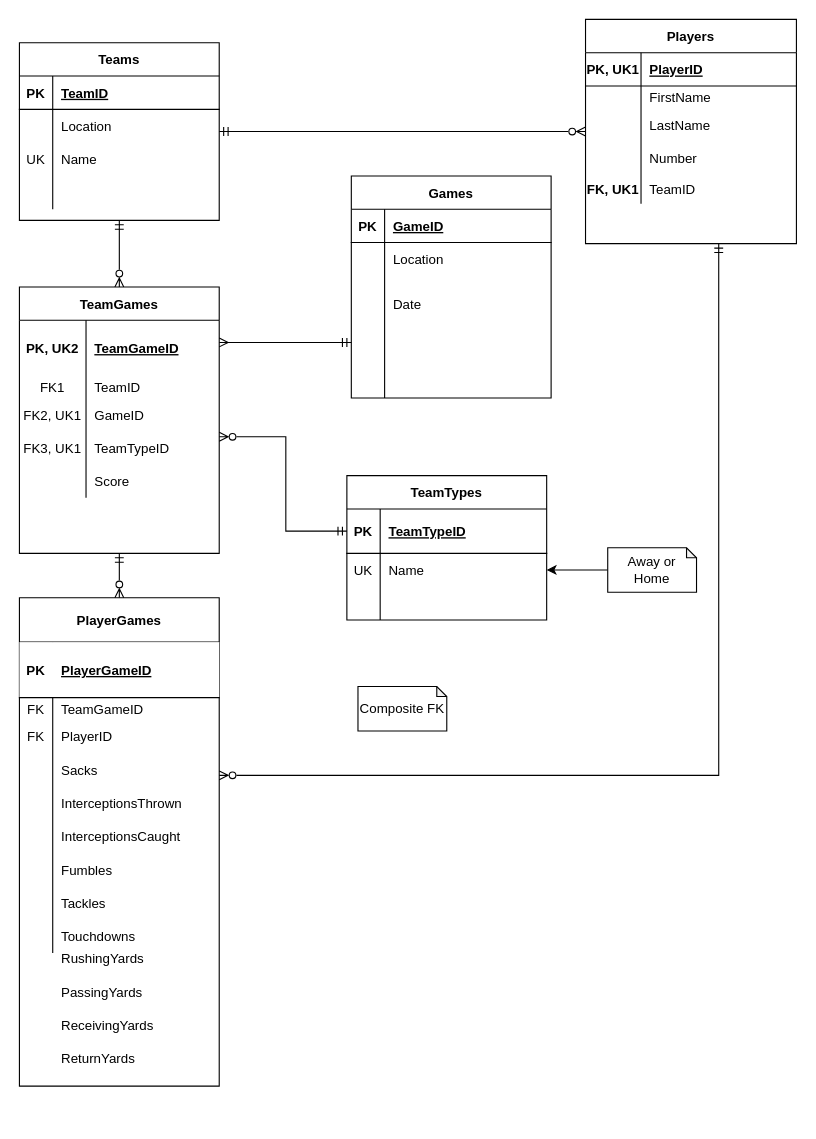
isaacPetersonKSU/560GroupProject keeps this draw.io diagram as Revison.drawio. Above is the earlier version. Source tidied: cells renumbered, new cells numbered last; positions are measured from the earlier drawing's top-left corner, leaving out a move shared by most shapes. Both pictures are drawn from the tidied source at 111%, with x=0, y=0 at pixel (19, 19).
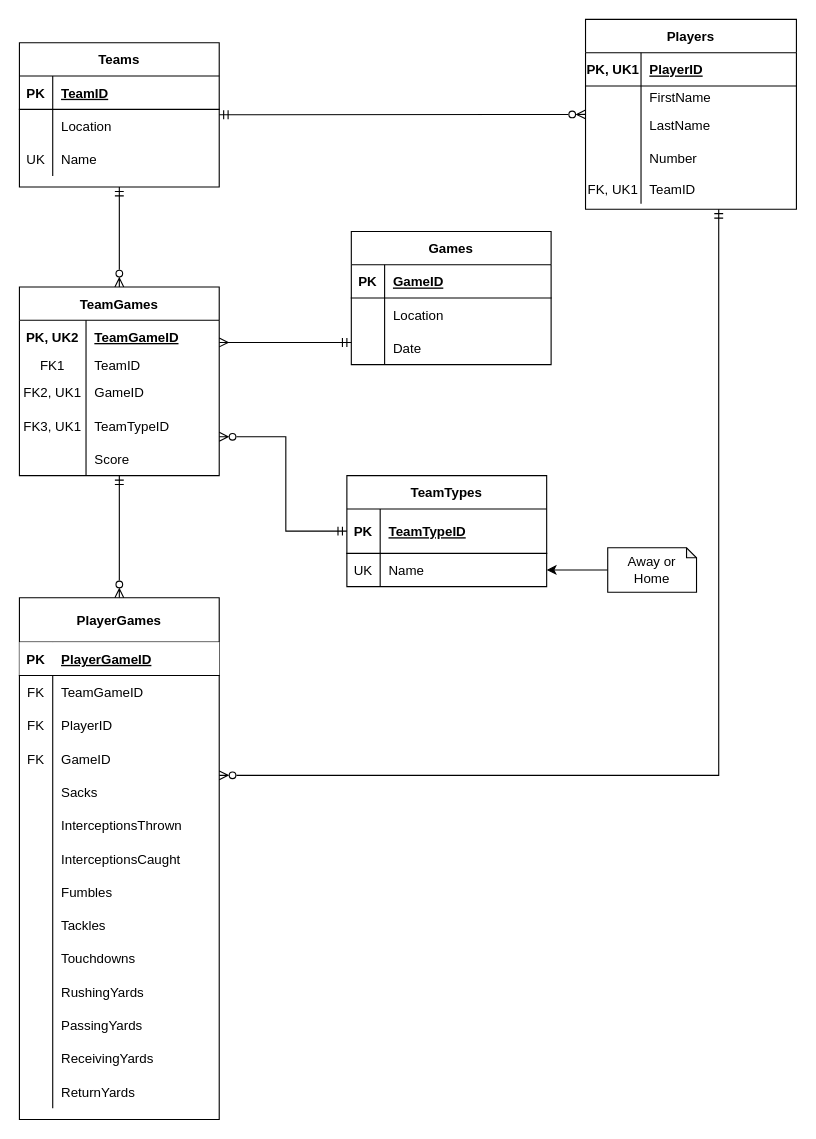
After the change.

The change refers to these unchanged cells:
```xml
<mxCell id="29" style="shape=partialRectangle;fillColor=none;top=0;left=0;bottom=0;right=0;" parent="16" vertex="1">
  <mxGeometry y="140" width="190" height="26" as="geometry" />
</mxCell>
```

What changed in the source:
```diff
@@
     <mxCell id="3" value="Teams" style="shape=table;startSize=30;childLayout=tableLayout;rowLines=0;fontStyle=1;align=center;" parent="1" vertex="1">
-      <mxGeometry y="21" width="180" height="160" as="geometry" />
+      <mxGeometry y="21" width="180" height="130" as="geometry" />
     </mxCell>
@@
-    <mxCell id="13" style="shape=partialRectangle;fillColor=none;top=0;left=0;bottom=0;right=0;align=center;" parent="3" vertex="1">
-      <mxGeometry y="120" width="180" height="30" as="geometry" />
-    </mxCell>
-    <mxCell id="14" style="shape=partialRectangle;fillColor=none;top=0;left=0;bottom=0;right=0;overflow=hidden;align=center;" parent="13" vertex="1">
-      <mxGeometry width="30" height="30" as="geometry" />
-    </mxCell>
-    <mxCell id="15" style="shape=partialRectangle;fillColor=none;top=0;left=0;bottom=0;right=0;align=left;spacingLeft=6;overflow=hidden;" parent="13" vertex="1">
-      <mxGeometry x="30" width="150" height="30" as="geometry" />
-    </mxCell>
     <mxCell id="16" value="Players" style="shape=table;startSize=30;childLayout=tableLayout;rowLines=0;fontStyle=1;align=center;fillColor=default;strokeColor=default;fontColor=default;" parent="1" vertex="1">
-      <mxGeometry x="510" width="190" height="202" as="geometry" />
+      <mxGeometry x="510" width="190" height="171" as="geometry" />
     </mxCell>
@@
-    <mxCell id="30" value="FK, UK1" style="shape=partialRectangle;fillColor=none;top=0;left=0;bottom=0;right=0;fontStyle=1;overflow=hidden;fontColor=default;" parent="29" vertex="1">
+    <mxCell id="30" value="FK, UK1" style="shape=partialRectangle;fillColor=none;top=0;left=0;bottom=0;right=0;fontStyle=0;overflow=hidden;fontColor=default;strokeColor=default;" parent="29" vertex="1">
       <mxGeometry width="50" height="26" as="geometry" />
     </mxCell>
@@
     <mxCell id="32" value="TeamTypes" style="shape=table;startSize=30;childLayout=tableLayout;rowLines=0;fontStyle=1;align=center;fillColor=default;strokeColor=default;fontColor=default;" parent="1" vertex="1">
-      <mxGeometry x="295" y="411" width="180" height="130" as="geometry" />
+      <mxGeometry x="295" y="411" width="180" height="100" as="geometry" />
     </mxCell>
@@
-    <mxCell id="39" style="shape=partialRectangle;fillColor=none;top=0;left=0;bottom=0;right=0;align=center;" parent="32" vertex="1">
-      <mxGeometry y="100" width="180" height="30" as="geometry" />
-    </mxCell>
-    <mxCell id="40" style="shape=partialRectangle;fillColor=none;top=0;left=0;bottom=0;right=0;overflow=hidden;align=center;" parent="39" vertex="1">
-      <mxGeometry width="30" height="30" as="geometry" />
-    </mxCell>
-    <mxCell id="41" style="shape=partialRectangle;fillColor=none;top=0;left=0;bottom=0;right=0;align=left;spacingLeft=6;overflow=hidden;strokeColor=default;fontColor=default;" parent="39" vertex="1">
-      <mxGeometry x="30" width="150" height="30" as="geometry" />
-    </mxCell>
     <mxCell id="42" value="PlayerGames" style="shape=table;startSize=40;childLayout=tableLayout;rowLines=0;fontStyle=1;align=center;fillColor=default;strokeColor=default;fontColor=default;" parent="1" vertex="1">
-      <mxGeometry y="521" width="180" height="440" as="geometry" />
+      <mxGeometry y="521" width="180" height="470" as="geometry" />
     </mxCell>
     <mxCell id="43" style="shape=partialRectangle;fillColor=default;top=0;left=0;bottom=1;right=0;align=center;strokeColor=default;fontColor=default;" parent="42" vertex="1">
-      <mxGeometry y="40" width="180" height="50" as="geometry" />
+      <mxGeometry y="40" width="180" height="30" as="geometry" />
     </mxCell>
     <mxCell id="44" value="PK" style="shape=partialRectangle;fillColor=none;top=0;left=0;bottom=0;right=0;fontStyle=1;overflow=hidden;align=center;strokeColor=default;fontColor=default;" parent="43" vertex="1">
-      <mxGeometry width="30" height="50" as="geometry" />
+      <mxGeometry width="30" height="30" as="geometry" />
     </mxCell>
     <mxCell id="45" value="PlayerGameID" style="shape=partialRectangle;fillColor=none;top=0;left=0;bottom=0;right=0;align=left;spacingLeft=6;fontStyle=5;overflow=hidden;" parent="43" vertex="1">
-      <mxGeometry x="30" width="150" height="50" as="geometry" />
+      <mxGeometry x="30" width="150" height="30" as="geometry" />
     </mxCell>
     <mxCell id="46" style="shape=partialRectangle;fillColor=none;top=0;left=0;bottom=0;right=0;align=center;strokeColor=default;fontColor=default;" parent="42" vertex="1">
-      <mxGeometry y="90" width="180" height="20" as="geometry" />
+      <mxGeometry y="70" width="180" height="30" as="geometry" />
     </mxCell>
     <mxCell id="47" value="FK" style="shape=partialRectangle;fillColor=none;top=0;left=0;bottom=0;right=0;overflow=hidden;align=center;strokeColor=default;fontColor=default;" parent="46" vertex="1">
-      <mxGeometry width="30" height="20" as="geometry" />
+      <mxGeometry width="30" height="30" as="geometry" />
     </mxCell>
-    <mxCell id="48" value="TeamGameID" style="shape=partialRectangle;fillColor=none;top=0;left=0;bottom=0;right=0;align=left;spacingLeft=6;overflow=hidden;" parent="46" vertex="1">
-      <mxGeometry x="30" width="150" height="20" as="geometry" />
+    <mxCell id="48" value="TeamGameID" style="shape=partialRectangle;fillColor=none;top=0;left=0;bottom=0;right=0;align=left;spacingLeft=6;overflow=hidden;strokeColor=default;fontColor=default;" parent="46" vertex="1">
+      <mxGeometry x="30" width="150" height="30" as="geometry" />
     </mxCell>
     <mxCell id="49" style="shape=partialRectangle;fillColor=none;top=0;left=0;bottom=0;right=0;align=center;" parent="42" vertex="1">
-      <mxGeometry y="110" width="180" height="30" as="geometry" />
+      <mxGeometry y="100" width="180" height="30" as="geometry" />
     </mxCell>
@@
+    <mxCell id="114" style="shape=partialRectangle;fillColor=none;top=0;left=0;bottom=0;right=0;fontColor=default;strokeColor=default;" parent="42" vertex="1">
+      <mxGeometry y="130" width="180" height="30" as="geometry" />
+    </mxCell>
+    <mxCell id="115" value="FK" style="shape=partialRectangle;fillColor=none;top=0;left=0;bottom=0;right=0;fontStyle=0;overflow=hidden;fontColor=default;strokeColor=default;" parent="114" vertex="1">
+      <mxGeometry width="30" height="30" as="geometry" />
+    </mxCell>
+    <mxCell id="116" value="GameID" style="shape=partialRectangle;fillColor=none;top=0;left=0;bottom=0;right=0;align=left;spacingLeft=6;fontStyle=0;overflow=hidden;fontColor=default;strokeColor=default;" parent="114" vertex="1">
+      <mxGeometry x="30" width="150" height="30" as="geometry" />
+    </mxCell>
     <mxCell id="52" style="shape=partialRectangle;fillColor=none;top=0;left=0;bottom=0;right=0;" parent="42" vertex="1">
-      <mxGeometry y="140" width="180" height="30" as="geometry" />
+      <mxGeometry y="160" width="180" height="30" as="geometry" />
     </mxCell>
@@
     <mxCell id="55" style="shape=partialRectangle;fillColor=none;top=0;left=0;bottom=0;right=0;" parent="42" vertex="1">
-      <mxGeometry y="170" width="180" height="30" as="geometry" />
+      <mxGeometry y="190" width="180" height="30" as="geometry" />
     </mxCell>
@@
     <mxCell id="58" style="shape=partialRectangle;fillColor=none;top=0;left=0;bottom=0;right=0;" parent="42" vertex="1">
-      <mxGeometry y="200" width="180" height="30" as="geometry" />
+      <mxGeometry y="220" width="180" height="30" as="geometry" />
     </mxCell>
@@
     <mxCell id="61" style="shape=partialRectangle;fillColor=none;top=0;left=0;bottom=0;right=0;" parent="42" vertex="1">
-      <mxGeometry y="230" width="180" height="30" as="geometry" />
+      <mxGeometry y="250" width="180" height="30" as="geometry" />
     </mxCell>
@@
     <mxCell id="64" style="shape=partialRectangle;fillColor=none;top=0;left=0;bottom=0;right=0;" parent="42" vertex="1">
-      <mxGeometry y="260" width="180" height="30" as="geometry" />
+      <mxGeometry y="280" width="180" height="30" as="geometry" />
     </mxCell>
@@
     <mxCell id="67" style="shape=partialRectangle;fillColor=none;top=0;left=0;bottom=0;right=0;align=center;" parent="42" vertex="1">
-      <mxGeometry y="290" width="180" height="30" as="geometry" />
+      <mxGeometry y="310" width="180" height="30" as="geometry" />
     </mxCell>
@@
+    <mxCell id="117" style="shape=partialRectangle;fillColor=none;top=0;left=0;bottom=0;right=0;fontColor=default;strokeColor=default;" parent="42" vertex="1">
+      <mxGeometry y="340" width="180" height="30" as="geometry" />
+    </mxCell>
+    <mxCell id="118" style="shape=partialRectangle;fillColor=none;top=0;left=0;bottom=0;right=0;overflow=hidden;fontColor=default;strokeColor=default;" parent="117" vertex="1">
+      <mxGeometry width="30" height="30" as="geometry" />
+    </mxCell>
+    <mxCell id="110" value="RushingYards" style="shape=partialRectangle;fillColor=none;top=0;left=0;bottom=0;right=0;align=left;spacingLeft=6;overflow=hidden;fontColor=default;strokeColor=default;" parent="117" vertex="1">
+      <mxGeometry x="30" width="150" height="30" as="geometry" />
+    </mxCell>
+    <mxCell id="119" style="shape=partialRectangle;fillColor=none;top=0;left=0;bottom=0;right=0;fontColor=default;strokeColor=default;" parent="42" vertex="1">
+      <mxGeometry y="370" width="180" height="30" as="geometry" />
+    </mxCell>
+    <mxCell id="120" style="shape=partialRectangle;fillColor=none;top=0;left=0;bottom=0;right=0;overflow=hidden;fontColor=default;strokeColor=default;" parent="119" vertex="1">
+      <mxGeometry width="30" height="30" as="geometry" />
+    </mxCell>
+    <mxCell id="111" value="PassingYards" style="shape=partialRectangle;fillColor=none;top=0;left=0;bottom=0;right=0;align=left;spacingLeft=6;overflow=hidden;fontColor=default;strokeColor=default;" parent="119" vertex="1">
+      <mxGeometry x="30" width="150" height="30" as="geometry" />
+    </mxCell>
+    <mxCell id="39" style="shape=partialRectangle;fillColor=none;top=0;left=0;bottom=0;right=0;align=center;strokeColor=default;fontColor=default;" parent="42" vertex="1">
+      <mxGeometry y="400" width="180" height="30" as="geometry" />
+    </mxCell>
+    <mxCell id="40" style="shape=partialRectangle;fillColor=none;top=0;left=0;bottom=0;right=0;overflow=hidden;align=center;" parent="39" vertex="1">
+      <mxGeometry width="30" height="30" as="geometry" />
+    </mxCell>
+    <mxCell id="41" value="ReceivingYards" style="shape=partialRectangle;fillColor=none;top=0;left=0;bottom=0;right=0;align=left;spacingLeft=6;overflow=hidden;strokeColor=default;fontColor=default;" parent="39" vertex="1">
+      <mxGeometry x="30" width="150" height="30" as="geometry" />
+    </mxCell>
+    <mxCell id="121" style="shape=partialRectangle;fillColor=none;top=0;left=0;bottom=0;right=0;fontColor=default;strokeColor=default;" parent="42" vertex="1">
+      <mxGeometry y="430" width="180" height="30" as="geometry" />
+    </mxCell>
+    <mxCell id="122" style="shape=partialRectangle;fillColor=none;top=0;left=0;bottom=0;right=0;overflow=hidden;fontColor=default;strokeColor=default;" parent="121" vertex="1">
+      <mxGeometry width="30" height="30" as="geometry" />
+    </mxCell>
+    <mxCell id="113" value="ReturnYards" style="shape=partialRectangle;fillColor=none;top=0;left=0;bottom=0;right=0;align=left;spacingLeft=6;overflow=hidden;fontColor=default;strokeColor=default;" parent="121" vertex="1">
+      <mxGeometry x="30" width="150" height="30" as="geometry" />
+    </mxCell>
     <mxCell id="70" value="Games" style="shape=table;startSize=30;childLayout=tableLayout;rowLines=0;fontStyle=1;align=center;fillColor=default;strokeColor=default;fontColor=default;" parent="1" vertex="1">
-      <mxGeometry x="299" y="141" width="180" height="200" as="geometry" />
+      <mxGeometry x="299" y="191" width="180" height="120" as="geometry" />
     </mxCell>
@@
     <mxCell id="77" style="shape=partialRectangle;fillColor=none;top=0;left=0;bottom=0;right=0;align=center;" parent="70" vertex="1">
-      <mxGeometry y="90" width="180" height="50" as="geometry" />
+      <mxGeometry y="90" width="180" height="30" as="geometry" />
     </mxCell>
     <mxCell id="78" style="shape=partialRectangle;fillColor=none;top=0;left=0;bottom=0;right=0;overflow=hidden;align=center;" parent="77" vertex="1">
-      <mxGeometry width="30" height="50" as="geometry" />
+      <mxGeometry width="30" height="30" as="geometry" />
     </mxCell>
-    <mxCell id="79" value="Date" style="shape=partialRectangle;fillColor=none;top=0;left=0;bottom=0;right=0;align=left;spacingLeft=6;overflow=hidden;" parent="77" vertex="1">
-      <mxGeometry x="30" width="150" height="50" as="geometry" />
+    <mxCell id="79" value="Date" style="shape=partialRectangle;fillColor=none;top=0;left=0;bottom=0;right=0;align=left;spacingLeft=6;overflow=hidden;strokeColor=default;fontColor=default;" parent="77" vertex="1">
+      <mxGeometry x="30" width="150" height="30" as="geometry" />
     </mxCell>
-    <mxCell id="80" style="shape=partialRectangle;fillColor=none;top=0;left=0;bottom=0;right=0;align=center;" parent="70" vertex="1">
-      <mxGeometry y="140" width="180" height="20" as="geometry" />
-    </mxCell>
-    <mxCell id="81" style="shape=partialRectangle;fillColor=none;top=0;left=0;bottom=0;right=0;overflow=hidden;align=center;strokeColor=default;fontColor=default;" parent="80" vertex="1">
-      <mxGeometry width="30" height="20" as="geometry" />
-    </mxCell>
-    <mxCell id="82" style="shape=partialRectangle;fillColor=none;top=0;left=0;bottom=0;right=0;align=left;spacingLeft=6;overflow=hidden;strokeColor=default;fontColor=default;" parent="80" vertex="1">
-      <mxGeometry x="30" width="150" height="20" as="geometry" />
-    </mxCell>
-    <mxCell id="83" style="shape=partialRectangle;fillColor=none;top=0;left=0;bottom=0;right=0;align=center;" parent="70" vertex="1">
-      <mxGeometry y="160" width="180" height="40" as="geometry" />
-    </mxCell>
-    <mxCell id="84" style="shape=partialRectangle;fillColor=none;top=0;left=0;bottom=0;right=0;overflow=hidden;align=center;strokeColor=default;fontColor=default;" parent="83" vertex="1">
-      <mxGeometry width="30" height="40" as="geometry" />
-    </mxCell>
-    <mxCell id="85" style="shape=partialRectangle;fillColor=none;top=0;left=0;bottom=0;right=0;align=left;spacingLeft=6;overflow=hidden;strokeColor=default;fontColor=default;" parent="83" vertex="1">
-      <mxGeometry x="30" width="150" height="40" as="geometry" />
-    </mxCell>
@@
     <mxCell id="90" value="TeamGames" style="shape=table;startSize=30;childLayout=tableLayout;rowLines=0;fontStyle=1;align=center;fillColor=default;strokeColor=default;fontColor=default;" parent="1" vertex="1">
-      <mxGeometry y="241" width="180" height="240" as="geometry" />
+      <mxGeometry y="241" width="180" height="170" as="geometry" />
     </mxCell>
     <mxCell id="91" style="shape=partialRectangle;fillColor=none;top=0;left=0;bottom=0;right=0;strokeColor=default;fontColor=default;" parent="90" vertex="1">
-      <mxGeometry y="30" width="180" height="50" as="geometry" />
+      <mxGeometry y="30" width="180" height="30" as="geometry" />
     </mxCell>
     <mxCell id="92" value="PK, UK2" style="shape=partialRectangle;fillColor=none;top=0;left=0;bottom=0;right=0;fontStyle=1;overflow=hidden;fontColor=default;strokeColor=default;" parent="91" vertex="1">
-      <mxGeometry width="60" height="50" as="geometry" />
+      <mxGeometry width="60" height="30" as="geometry" />
     </mxCell>
-    <mxCell id="93" value="TeamGameID" style="shape=partialRectangle;fillColor=none;top=0;left=0;bottom=0;right=0;align=left;spacingLeft=6;fontStyle=5;overflow=hidden;" parent="91" vertex="1">
-      <mxGeometry x="60" width="120" height="50" as="geometry" />
+    <mxCell id="93" value="TeamGameID" style="shape=partialRectangle;fillColor=none;top=0;left=0;bottom=0;right=0;align=left;spacingLeft=6;fontStyle=5;overflow=hidden;strokeColor=default;fontColor=default;" parent="91" vertex="1">
+      <mxGeometry x="60" width="120" height="30" as="geometry" />
     </mxCell>
     <mxCell id="94" style="shape=partialRectangle;fillColor=none;top=0;left=0;bottom=0;right=0;strokeColor=default;fontColor=default;" parent="90" vertex="1">
-      <mxGeometry y="80" width="180" height="20" as="geometry" />
+      <mxGeometry y="60" width="180" height="20" as="geometry" />
     </mxCell>
@@
     <mxCell id="97" style="shape=partialRectangle;fillColor=none;top=0;left=0;bottom=0;right=0;" parent="90" vertex="1">
-      <mxGeometry y="100" width="180" height="30" as="geometry" />
+      <mxGeometry y="80" width="180" height="30" as="geometry" />
     </mxCell>
@@
     <mxCell id="100" style="shape=partialRectangle;fillColor=none;top=0;left=0;bottom=0;right=0;points=[[0,0.5],[1,0.5]];portConstraint=eastwest;" parent="90" vertex="1">
-      <mxGeometry y="130" width="180" height="30" as="geometry" />
+      <mxGeometry y="110" width="180" height="30" as="geometry" />
     </mxCell>
@@
     <mxCell id="103" style="shape=partialRectangle;fillColor=none;top=0;left=0;bottom=0;right=0;" parent="90" vertex="1">
-      <mxGeometry y="160" width="180" height="30" as="geometry" />
+      <mxGeometry y="140" width="180" height="30" as="geometry" />
     </mxCell>
@@
-    <mxCell id="109" value="Composite FK" style="shape=note;whiteSpace=wrap;html=1;backgroundOutline=1;darkOpacity=0.05;size=9;" parent="1" vertex="1">
-      <mxGeometry x="305" y="601" width="80" height="40" as="geometry" />
-    </mxCell>
-    <mxCell id="110" value="RushingYards" style="shape=partialRectangle;fillColor=none;top=0;left=0;bottom=0;right=0;align=left;spacingLeft=6;overflow=hidden;direction=west;" parent="1" vertex="1">
-      <mxGeometry x="30" y="831" width="150" height="30" as="geometry" />
-    </mxCell>
-    <mxCell id="111" value="PassingYards" style="shape=partialRectangle;fillColor=none;top=0;left=0;bottom=0;right=0;align=left;spacingLeft=6;overflow=hidden;direction=west;" parent="1" vertex="1">
-      <mxGeometry x="30" y="861" width="150" height="30" as="geometry" />
-    </mxCell>
-    <mxCell id="112" value="ReceivingYards" style="shape=partialRectangle;fillColor=none;top=0;left=0;bottom=0;right=0;align=left;spacingLeft=6;overflow=hidden;direction=west;" parent="1" vertex="1">
-      <mxGeometry x="30" y="891" width="150" height="30" as="geometry" />
-    </mxCell>
-    <mxCell id="113" value="ReturnYards" style="shape=partialRectangle;fillColor=none;top=0;left=0;bottom=0;right=0;align=left;spacingLeft=6;overflow=hidden;direction=west;" parent="1" vertex="1">
-      <mxGeometry x="30" y="921" width="150" height="30" as="geometry" />
-    </mxCell>
```
